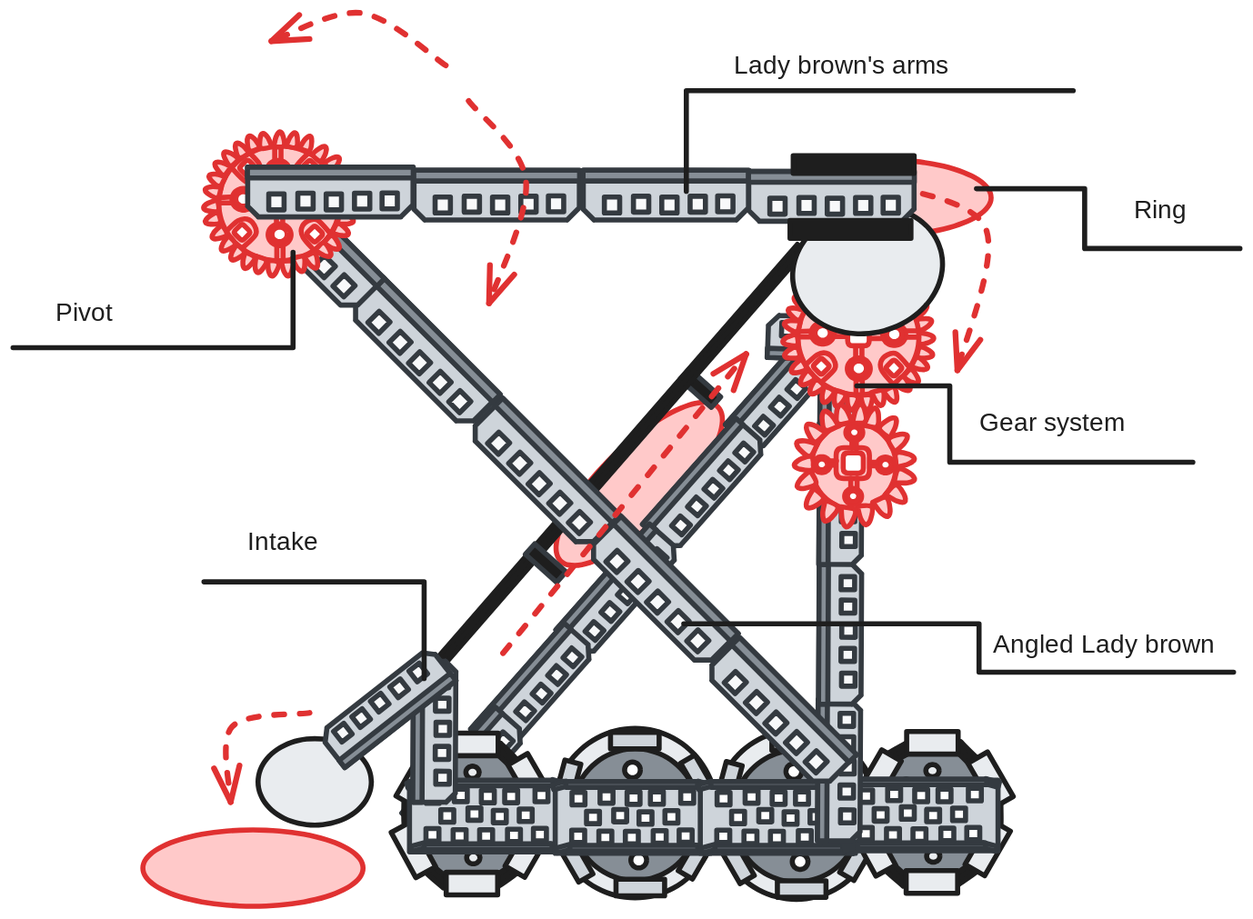
This is entries/ladybrown-1/brainstorm/angled-ladybrown.excalidraw.svg from Area-53-Robotics/53D-High-Stakes-Notebook, a Excalidraw export, as it was before one commit. Source tidied: one line per element, renumbered; positions are measured from the earlier drawing's top-left corner, leaving out a move shared by most shapes.
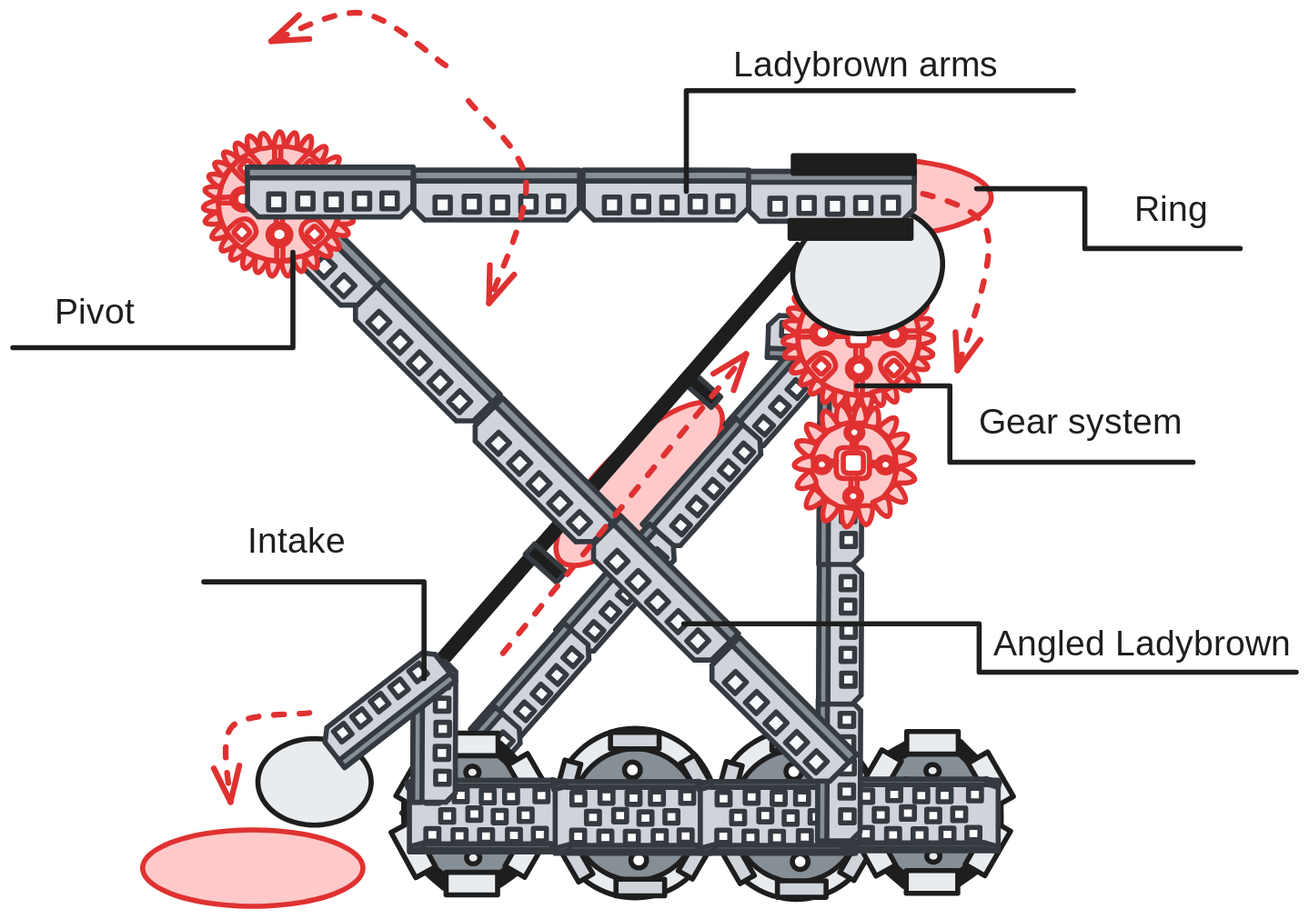
Above is the later version.

Diff of the diagram source:
```diff
@@ -480,14 +480,14 @@
 {"id": 479, "type": "arrow", "strokeColor": "#e03131", "backgroundColor": "#ffc9c9", "fillStyle": "solid", "strokeWidth": 4, "strokeStyle": "dashed", "roughness": 0, "endArrowhead": "arrow", "round": true, "x": 340, "y": 41, "width": 137, "height": 41, "points": [[0, 0], [-66, -41], [-137, -19]]}
 {"id": 480, "type": "arrow", "strokeColor": "#e03131", "backgroundColor": "#ffc9c9", "fillStyle": "solid", "strokeWidth": 4, "strokeStyle": "dashed", "roughness": 0, "endArrowhead": "arrow", "round": true, "x": 358, "y": 69, "width": 45, "height": 159, "points": [[0, 0], [45, 63], [16, 159]]}
 {"id": 481, "type": "line", "strokeColor": "#1e1e1e", "backgroundColor": "#ffc9c9", "fillStyle": "solid", "strokeWidth": 4, "roughness": 0, "x": 663, "y": 293, "width": 264, "height": 60, "points": [[0, 0], [73, 0], [73, 60], [264, 60]]}
-{"id": 482, "type": "text", "text": "Gear system", "strokeColor": "#1e1e1e", "backgroundColor": "#ffc9c9", "fillStyle": "solid", "strokeWidth": 4, "roughness": 0, "fontSize": 20, "fontFamily": 1, "x": 759, "y": 310, "width": 125, "height": 25}
+{"id": 482, "type": "text", "text": "Gear system", "strokeColor": "#1e1e1e", "backgroundColor": "#ffc9c9", "fillStyle": "solid", "strokeWidth": 4, "roughness": 0, "fontSize": 28, "fontFamily": 1, "x": 759, "y": 306, "width": 175, "height": 35}
 {"id": 483, "type": "line", "strokeColor": "#1e1e1e", "backgroundColor": "#ffc9c9", "fillStyle": "solid", "strokeWidth": 4, "roughness": 0, "x": 529, "y": 140, "width": 304, "height": 79, "points": [[0, 0], [0, -79], [304, -79]]}
-{"id": 484, "type": "text", "text": "Lady brown's arms", "strokeColor": "#1e1e1e", "backgroundColor": "#ffc9c9", "fillStyle": "solid", "strokeWidth": 4, "roughness": 0, "fontSize": 20, "fontFamily": 1, "x": 566, "y": 30, "width": 179, "height": 25}
+{"id": 484, "type": "text", "text": "Ladybrown arms", "strokeColor": "#1e1e1e", "backgroundColor": "#ffc9c9", "fillStyle": "solid", "strokeWidth": 4, "roughness": 0, "fontSize": 28, "fontFamily": 1, "x": 566, "y": 25, "width": 214, "height": 35}
-{"id": 485, "type": "line", "strokeColor": "#1e1e1e", "backgroundColor": "#ffc9c9", "fillStyle": "solid", "strokeWidth": 4, "roughness": 0, "x": 527, "y": 480, "width": 432, "height": 38, "points": [[0, 0], [232, 0], [232, 38], [432, 38]]}
+{"id": 485, "type": "line", "strokeColor": "#1e1e1e", "backgroundColor": "#ffc9c9", "fillStyle": "solid", "strokeWidth": 4, "roughness": 0, "x": 527, "y": 480, "width": 481, "height": 38, "points": [[0, 0], [232, 0], [232, 38], [481, 38]]}
-{"id": 486, "type": "text", "text": "Angled Lady brown", "strokeColor": "#1e1e1e", "backgroundColor": "#ffc9c9", "fillStyle": "solid", "strokeWidth": 4, "roughness": 0, "fontSize": 20, "fontFamily": 1, "x": 770, "y": 485, "width": 177, "height": 25}
+{"id": 486, "type": "text", "text": "Angled Ladybrown", "strokeColor": "#1e1e1e", "backgroundColor": "#ffc9c9", "fillStyle": "solid", "strokeWidth": 4, "roughness": 0, "fontSize": 28, "fontFamily": 1, "x": 770, "y": 480, "width": 234, "height": 35}
 {"id": 487, "type": "line", "strokeColor": "#1e1e1e", "backgroundColor": "#ffc9c9", "fillStyle": "solid", "strokeWidth": 4, "roughness": 0, "x": 220, "y": 188, "width": 220, "height": 75, "points": [[0, 0], [0, 75], [-220, 75]]}
-{"id": 488, "type": "text", "text": "Pivot ", "strokeColor": "#1e1e1e", "backgroundColor": "#ffc9c9", "fillStyle": "solid", "strokeWidth": 4, "roughness": 0, "fontSize": 20, "fontFamily": 1, "x": 33, "y": 224, "width": 60, "height": 25}
+{"id": 488, "type": "text", "text": "Pivot ", "strokeColor": "#1e1e1e", "backgroundColor": "#ffc9c9", "fillStyle": "solid", "strokeWidth": 4, "roughness": 0, "fontSize": 28, "fontFamily": 1, "x": 33, "y": 219, "width": 85, "height": 35}
 {"id": 489, "type": "line", "strokeColor": "#1e1e1e", "backgroundColor": "#ffc9c9", "fillStyle": "solid", "strokeWidth": 4, "roughness": 0, "x": 323, "y": 523, "width": 173, "height": 76, "points": [[0, 0], [0, -76], [-173, -76]]}
-{"id": 490, "type": "text", "text": "Intake", "strokeColor": "#1e1e1e", "backgroundColor": "#ffc9c9", "fillStyle": "solid", "strokeWidth": 4, "roughness": 0, "fontSize": 20, "fontFamily": 1, "x": 184, "y": 404, "width": 66, "height": 25}
+{"id": 490, "type": "text", "text": "Intake", "strokeColor": "#1e1e1e", "backgroundColor": "#ffc9c9", "fillStyle": "solid", "strokeWidth": 4, "roughness": 0, "fontSize": 28, "fontFamily": 1, "x": 184, "y": 399, "width": 92, "height": 35}
 {"id": 491, "type": "line", "strokeColor": "#1e1e1e", "backgroundColor": "#ffc9c9", "fillStyle": "solid", "strokeWidth": 4, "roughness": 0, "x": 757, "y": 138, "width": 207, "height": 47, "points": [[0, 0], [85, 0], [85, 47], [207, 47]]}
-{"id": 492, "type": "text", "text": "Ring ", "strokeColor": "#1e1e1e", "backgroundColor": "#ffc9c9", "fillStyle": "solid", "strokeWidth": 4, "roughness": 0, "fontSize": 20, "fontFamily": 1, "x": 881, "y": 143, "width": 47, "height": 25}
+{"id": 492, "type": "text", "text": "Ring ", "strokeColor": "#1e1e1e", "backgroundColor": "#ffc9c9", "fillStyle": "solid", "strokeWidth": 4, "roughness": 0, "fontSize": 28, "fontFamily": 1, "x": 881, "y": 138, "width": 66, "height": 35}
```
